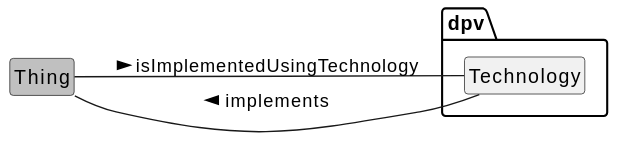
Before: 2.1-dev/diagrams/overview_Technology.svg, a diagram exported from PlantUML (w3c/dpv). Source of this version:
```plantuml
@startuml
!include style.plantuml
left to right direction

class Thing #silver
package dpv {
	class Technology
}
Thing -- Technology: isImplementedUsingTechnology >
Technology -- Thing: implements >
@enduml
```
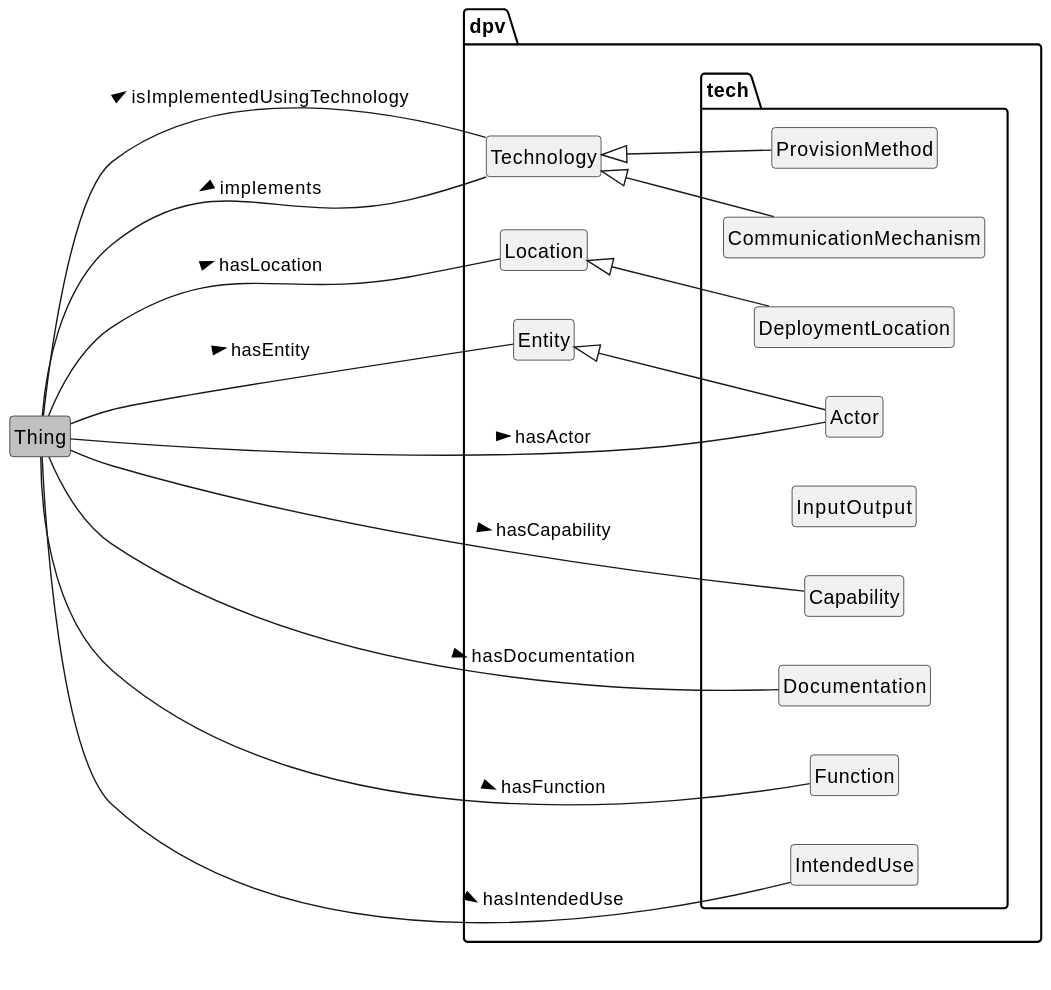
The same diagram one commit later.

Commit message:
Overview Technology: tech core concepts added.

addresses #198

The edit, as a diff of the source:
```diff
@@ -5,7 +5,40 @@
 class Thing #silver
 package dpv {
 	class Technology
+	class Entity
+	class Location
+}
+package dpv.tech {
+	class Actor
+	class Capability
+	class ProvisionMethod
+	class CommunicationMechanism
+	class InputOutput
+	class Documentation
+	class DeploymentLocation
+	class Function
+	class IntendedUse
 }
 Thing -- Technology: isImplementedUsingTechnology >
 Technology -- Thing: implements >
+
+Entity <|-- Actor
+Thing -- Actor: hasActor >
+Thing -- Entity: hasEntity >
+
+Thing -- Capability: hasCapability >
+
+Technology <|-- ProvisionMethod
+
+Technology <|-- CommunicationMechanism
+
+
+Thing -- Documentation: hasDocumentation >
+
+Thing -- Location: hasLocation >
+Location <|-- DeploymentLocation
+
+Thing -- Function: hasFunction >
+
+Thing -- IntendedUse: hasIntendedUse >
 @enduml
```
